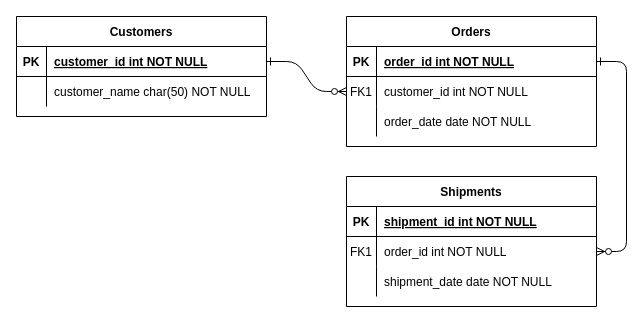
Before: ER-diagram.drawio in mohanwashere/X-SystemDesign, a draw.io diagram. Source tidied: cells renumbered, new cells numbered last; positions are measured from the earlier drawing's top-left corner, leaving out a move shared by most shapes. Both pictures are drawn from the tidied source at 100%, with x=0, y=0 at pixel (16, 16).
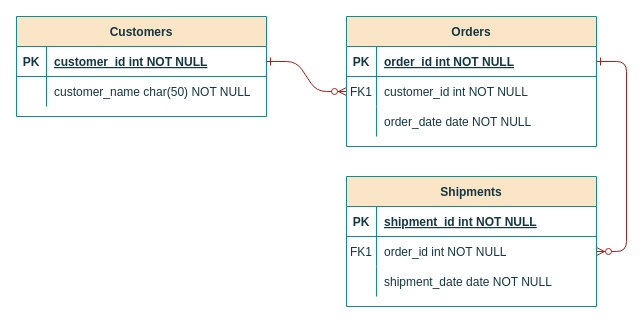
Above is the later version.

Diff of the diagram source:
```diff
@@
-    <mxCell id="2" style="edgeStyle=entityRelationEdgeStyle;endArrow=ERzeroToMany;startArrow=ERone;endFill=1;startFill=0;" parent="1" edge="1" source="25" target="8">
+    <mxCell id="2" style="edgeStyle=entityRelationEdgeStyle;endArrow=ERzeroToMany;startArrow=ERone;endFill=1;startFill=0;labelBackgroundColor=none;strokeColor=#A8201A;fontColor=default;" parent="1" edge="1" source="25" target="8">
       <mxGeometry relative="1" as="geometry" />
     </mxCell>
-    <mxCell id="3" style="edgeStyle=entityRelationEdgeStyle;endArrow=ERzeroToMany;startArrow=ERone;endFill=1;startFill=0;" parent="1" edge="1" source="5" target="18">
+    <mxCell id="3" style="edgeStyle=entityRelationEdgeStyle;endArrow=ERzeroToMany;startArrow=ERone;endFill=1;startFill=0;labelBackgroundColor=none;strokeColor=#A8201A;fontColor=default;" parent="1" edge="1" source="5" target="18">
       <mxGeometry relative="1" as="geometry" />
     </mxCell>
-    <mxCell id="4" value="Orders" style="shape=table;startSize=30;childLayout=tableLayout;rowLines=0;fontStyle=1;align=center;" parent="1" vertex="1">
+    <mxCell id="4" value="Orders" style="shape=table;startSize=30;childLayout=tableLayout;rowLines=0;fontStyle=1;align=center;labelBackgroundColor=none;fillColor=#FAE5C7;strokeColor=#0F8B8D;fontColor=#143642;" parent="1" vertex="1">
       <mxGeometry x="330" width="250" height="130" as="geometry" />
     </mxCell>
-    <mxCell id="5" style="shape=partialRectangle;fillColor=none;points=[[0,0.5],[1,0.5]];portConstraint=eastwest;top=0;left=0;right=0;bottom=1;" parent="4" vertex="1">
+    <mxCell id="5" style="shape=partialRectangle;fillColor=none;points=[[0,0.5],[1,0.5]];portConstraint=eastwest;top=0;left=0;right=0;bottom=1;labelBackgroundColor=none;strokeColor=#0F8B8D;fontColor=#143642;" parent="4" vertex="1">
       <mxGeometry y="30" width="250" height="30" as="geometry" />
     </mxCell>
-    <mxCell id="6" value="PK" style="shape=partialRectangle;overflow=hidden;fillColor=none;top=0;left=0;bottom=0;right=0;fontStyle=1;" parent="5" vertex="1">
+    <mxCell id="6" value="PK" style="shape=partialRectangle;overflow=hidden;fillColor=none;top=0;left=0;bottom=0;right=0;fontStyle=1;labelBackgroundColor=none;strokeColor=#0F8B8D;fontColor=#143642;" parent="5" vertex="1">
       <mxGeometry width="30" height="30" as="geometry" />
     </mxCell>
-    <mxCell id="7" value="order_id int NOT NULL " style="shape=partialRectangle;overflow=hidden;fillColor=none;top=0;left=0;bottom=0;right=0;align=left;spacingLeft=6;fontStyle=5;" parent="5" vertex="1">
+    <mxCell id="7" value="order_id int NOT NULL " style="shape=partialRectangle;overflow=hidden;fillColor=none;top=0;left=0;bottom=0;right=0;align=left;spacingLeft=6;fontStyle=5;labelBackgroundColor=none;strokeColor=#0F8B8D;fontColor=#143642;" parent="5" vertex="1">
       <mxGeometry x="30" width="220" height="30" as="geometry" />
     </mxCell>
-    <mxCell id="8" style="shape=partialRectangle;fillColor=none;points=[[0,0.5],[1,0.5]];portConstraint=eastwest;top=0;left=0;right=0;bottom=0;" parent="4" vertex="1">
+    <mxCell id="8" style="shape=partialRectangle;fillColor=none;points=[[0,0.5],[1,0.5]];portConstraint=eastwest;top=0;left=0;right=0;bottom=0;labelBackgroundColor=none;strokeColor=#0F8B8D;fontColor=#143642;" parent="4" vertex="1">
       <mxGeometry y="60" width="250" height="30" as="geometry" />
     </mxCell>
-    <mxCell id="9" value="FK1" style="shape=partialRectangle;overflow=hidden;fillColor=none;top=0;left=0;bottom=0;right=0;" parent="8" vertex="1">
+    <mxCell id="9" value="FK1" style="shape=partialRectangle;overflow=hidden;fillColor=none;top=0;left=0;bottom=0;right=0;labelBackgroundColor=none;strokeColor=#0F8B8D;fontColor=#143642;" parent="8" vertex="1">
       <mxGeometry width="30" height="30" as="geometry" />
     </mxCell>
-    <mxCell id="10" value="customer_id int NOT NULL" style="shape=partialRectangle;overflow=hidden;fillColor=none;top=0;left=0;bottom=0;right=0;align=left;spacingLeft=6;" parent="8" vertex="1">
+    <mxCell id="10" value="customer_id int NOT NULL" style="shape=partialRectangle;overflow=hidden;fillColor=none;top=0;left=0;bottom=0;right=0;align=left;spacingLeft=6;labelBackgroundColor=none;strokeColor=#0F8B8D;fontColor=#143642;" parent="8" vertex="1">
       <mxGeometry x="30" width="220" height="30" as="geometry" />
     </mxCell>
-    <mxCell id="11" style="shape=partialRectangle;fillColor=none;top=0;left=0;right=0;bottom=0;" parent="4" vertex="1">
+    <mxCell id="11" style="shape=partialRectangle;fillColor=none;top=0;left=0;right=0;bottom=0;labelBackgroundColor=none;strokeColor=#0F8B8D;fontColor=#143642;" parent="4" vertex="1">
       <mxGeometry y="90" width="250" height="30" as="geometry" />
     </mxCell>
-    <mxCell id="12" style="shape=partialRectangle;overflow=hidden;fillColor=none;top=0;left=0;bottom=0;right=0;" parent="11" vertex="1">
+    <mxCell id="12" style="shape=partialRectangle;overflow=hidden;fillColor=none;top=0;left=0;bottom=0;right=0;labelBackgroundColor=none;strokeColor=#0F8B8D;fontColor=#143642;" parent="11" vertex="1">
       <mxGeometry width="30" height="30" as="geometry" />
     </mxCell>
-    <mxCell id="13" value="order_date date NOT NULL" style="shape=partialRectangle;overflow=hidden;fillColor=none;top=0;left=0;bottom=0;right=0;align=left;spacingLeft=6;" parent="11" vertex="1">
+    <mxCell id="13" value="order_date date NOT NULL" style="shape=partialRectangle;overflow=hidden;fillColor=none;top=0;left=0;bottom=0;right=0;align=left;spacingLeft=6;labelBackgroundColor=none;strokeColor=#0F8B8D;fontColor=#143642;" parent="11" vertex="1">
       <mxGeometry x="30" width="220" height="30" as="geometry" />
     </mxCell>
-    <mxCell id="14" value="Shipments" style="shape=table;startSize=30;childLayout=tableLayout;rowLines=0;fontStyle=1;align=center;" parent="1" vertex="1">
+    <mxCell id="14" value="Shipments" style="shape=table;startSize=30;childLayout=tableLayout;rowLines=0;fontStyle=1;align=center;labelBackgroundColor=none;fillColor=#FAE5C7;strokeColor=#0F8B8D;fontColor=#143642;" parent="1" vertex="1">
       <mxGeometry x="330" y="160" width="250" height="130" as="geometry" />
     </mxCell>
-    <mxCell id="15" style="shape=partialRectangle;fillColor=none;top=0;left=0;right=0;bottom=1;" parent="14" vertex="1">
+    <mxCell id="15" style="shape=partialRectangle;fillColor=none;top=0;left=0;right=0;bottom=1;labelBackgroundColor=none;strokeColor=#0F8B8D;fontColor=#143642;" parent="14" vertex="1">
       <mxGeometry y="30" width="250" height="30" as="geometry" />
     </mxCell>
-    <mxCell id="16" value="PK" style="shape=partialRectangle;overflow=hidden;fillColor=none;top=0;left=0;bottom=0;right=0;fontStyle=1;" parent="15" vertex="1">
+    <mxCell id="16" value="PK" style="shape=partialRectangle;overflow=hidden;fillColor=none;top=0;left=0;bottom=0;right=0;fontStyle=1;labelBackgroundColor=none;strokeColor=#0F8B8D;fontColor=#143642;" parent="15" vertex="1">
       <mxGeometry width="30" height="30" as="geometry" />
     </mxCell>
-    <mxCell id="17" value="shipment_id int NOT NULL " style="shape=partialRectangle;overflow=hidden;fillColor=none;top=0;left=0;bottom=0;right=0;align=left;spacingLeft=6;fontStyle=5;" parent="15" vertex="1">
+    <mxCell id="17" value="shipment_id int NOT NULL " style="shape=partialRectangle;overflow=hidden;fillColor=none;top=0;left=0;bottom=0;right=0;align=left;spacingLeft=6;fontStyle=5;labelBackgroundColor=none;strokeColor=#0F8B8D;fontColor=#143642;" parent="15" vertex="1">
       <mxGeometry x="30" width="220" height="30" as="geometry" />
     </mxCell>
-    <mxCell id="18" style="shape=partialRectangle;fillColor=none;points=[[0,0.5],[1,0.5]];portConstraint=eastwest;top=0;left=0;right=0;bottom=0;" parent="14" vertex="1">
+    <mxCell id="18" style="shape=partialRectangle;fillColor=none;points=[[0,0.5],[1,0.5]];portConstraint=eastwest;top=0;left=0;right=0;bottom=0;labelBackgroundColor=none;strokeColor=#0F8B8D;fontColor=#143642;" parent="14" vertex="1">
       <mxGeometry y="60" width="250" height="30" as="geometry" />
     </mxCell>
-    <mxCell id="19" value="FK1" style="shape=partialRectangle;overflow=hidden;fillColor=none;top=0;left=0;bottom=0;right=0;" parent="18" vertex="1">
+    <mxCell id="19" value="FK1" style="shape=partialRectangle;overflow=hidden;fillColor=none;top=0;left=0;bottom=0;right=0;labelBackgroundColor=none;strokeColor=#0F8B8D;fontColor=#143642;" parent="18" vertex="1">
       <mxGeometry width="30" height="30" as="geometry" />
     </mxCell>
-    <mxCell id="20" value="order_id int NOT NULL" style="shape=partialRectangle;overflow=hidden;fillColor=none;top=0;left=0;bottom=0;right=0;align=left;spacingLeft=6;" parent="18" vertex="1">
+    <mxCell id="20" value="order_id int NOT NULL" style="shape=partialRectangle;overflow=hidden;fillColor=none;top=0;left=0;bottom=0;right=0;align=left;spacingLeft=6;labelBackgroundColor=none;strokeColor=#0F8B8D;fontColor=#143642;" parent="18" vertex="1">
       <mxGeometry x="30" width="220" height="30" as="geometry" />
     </mxCell>
-    <mxCell id="21" style="shape=partialRectangle;fillColor=none;top=0;left=0;right=0;bottom=0;" parent="14" vertex="1">
+    <mxCell id="21" style="shape=partialRectangle;fillColor=none;top=0;left=0;right=0;bottom=0;labelBackgroundColor=none;strokeColor=#0F8B8D;fontColor=#143642;" parent="14" vertex="1">
       <mxGeometry y="90" width="250" height="30" as="geometry" />
     </mxCell>
-    <mxCell id="22" style="shape=partialRectangle;overflow=hidden;fillColor=none;top=0;left=0;bottom=0;right=0;" parent="21" vertex="1">
+    <mxCell id="22" style="shape=partialRectangle;overflow=hidden;fillColor=none;top=0;left=0;bottom=0;right=0;labelBackgroundColor=none;strokeColor=#0F8B8D;fontColor=#143642;" parent="21" vertex="1">
       <mxGeometry width="30" height="30" as="geometry" />
     </mxCell>
-    <mxCell id="23" value="shipment_date date NOT NULL" style="shape=partialRectangle;overflow=hidden;fillColor=none;top=0;left=0;bottom=0;right=0;align=left;spacingLeft=6;" parent="21" vertex="1">
+    <mxCell id="23" value="shipment_date date NOT NULL" style="shape=partialRectangle;overflow=hidden;fillColor=none;top=0;left=0;bottom=0;right=0;align=left;spacingLeft=6;labelBackgroundColor=none;strokeColor=#0F8B8D;fontColor=#143642;" parent="21" vertex="1">
       <mxGeometry x="30" width="220" height="30" as="geometry" />
     </mxCell>
-    <mxCell id="24" value="Customers" style="shape=table;startSize=30;childLayout=tableLayout;rowLines=0;fontStyle=1;align=center;" parent="1" vertex="1">
+    <mxCell id="24" value="Customers" style="shape=table;startSize=30;childLayout=tableLayout;rowLines=0;fontStyle=1;align=center;labelBackgroundColor=none;fillColor=#FAE5C7;strokeColor=#0F8B8D;fontColor=#143642;" parent="1" vertex="1">
       <mxGeometry width="250" height="100" as="geometry" />
     </mxCell>
-    <mxCell id="25" style="shape=partialRectangle;fillColor=none;points=[[0,0.5],[1,0.5]];portConstraint=eastwest;top=0;left=0;right=0;bottom=1;" parent="24" vertex="1">
+    <mxCell id="25" style="shape=partialRectangle;fillColor=none;points=[[0,0.5],[1,0.5]];portConstraint=eastwest;top=0;left=0;right=0;bottom=1;labelBackgroundColor=none;strokeColor=#0F8B8D;fontColor=#143642;" parent="24" vertex="1">
       <mxGeometry y="30" width="250" height="30" as="geometry" />
     </mxCell>
-    <mxCell id="26" value="PK" style="shape=partialRectangle;overflow=hidden;fillColor=none;top=0;left=0;bottom=0;right=0;fontStyle=1;" parent="25" vertex="1">
+    <mxCell id="26" value="PK" style="shape=partialRectangle;overflow=hidden;fillColor=none;top=0;left=0;bottom=0;right=0;fontStyle=1;labelBackgroundColor=none;strokeColor=#0F8B8D;fontColor=#143642;" parent="25" vertex="1">
       <mxGeometry width="30" height="30" as="geometry" />
     </mxCell>
-    <mxCell id="27" value="customer_id int NOT NULL " style="shape=partialRectangle;overflow=hidden;fillColor=none;top=0;left=0;bottom=0;right=0;align=left;spacingLeft=6;fontStyle=5;" parent="25" vertex="1">
+    <mxCell id="27" value="customer_id int NOT NULL " style="shape=partialRectangle;overflow=hidden;fillColor=none;top=0;left=0;bottom=0;right=0;align=left;spacingLeft=6;fontStyle=5;labelBackgroundColor=none;strokeColor=#0F8B8D;fontColor=#143642;" parent="25" vertex="1">
       <mxGeometry x="30" width="220" height="30" as="geometry" />
     </mxCell>
-    <mxCell id="28" style="shape=partialRectangle;fillColor=none;top=0;left=0;right=0;bottom=0;" parent="24" vertex="1">
+    <mxCell id="28" style="shape=partialRectangle;fillColor=none;top=0;left=0;right=0;bottom=0;labelBackgroundColor=none;strokeColor=#0F8B8D;fontColor=#143642;" parent="24" vertex="1">
       <mxGeometry y="60" width="250" height="30" as="geometry" />
     </mxCell>
-    <mxCell id="29" style="shape=partialRectangle;overflow=hidden;fillColor=none;top=0;left=0;bottom=0;right=0;" parent="28" vertex="1">
+    <mxCell id="29" style="shape=partialRectangle;overflow=hidden;fillColor=none;top=0;left=0;bottom=0;right=0;labelBackgroundColor=none;strokeColor=#0F8B8D;fontColor=#143642;" parent="28" vertex="1">
       <mxGeometry width="30" height="30" as="geometry" />
     </mxCell>
-    <mxCell id="30" value="customer_name char(50) NOT NULL" style="shape=partialRectangle;overflow=hidden;fillColor=none;top=0;left=0;bottom=0;right=0;align=left;spacingLeft=6;" parent="28" vertex="1">
+    <mxCell id="30" value="customer_name char(50) NOT NULL" style="shape=partialRectangle;overflow=hidden;fillColor=none;top=0;left=0;bottom=0;right=0;align=left;spacingLeft=6;labelBackgroundColor=none;strokeColor=#0F8B8D;fontColor=#143642;" parent="28" vertex="1">
       <mxGeometry x="30" width="220" height="30" as="geometry" />
     </mxCell>
```
